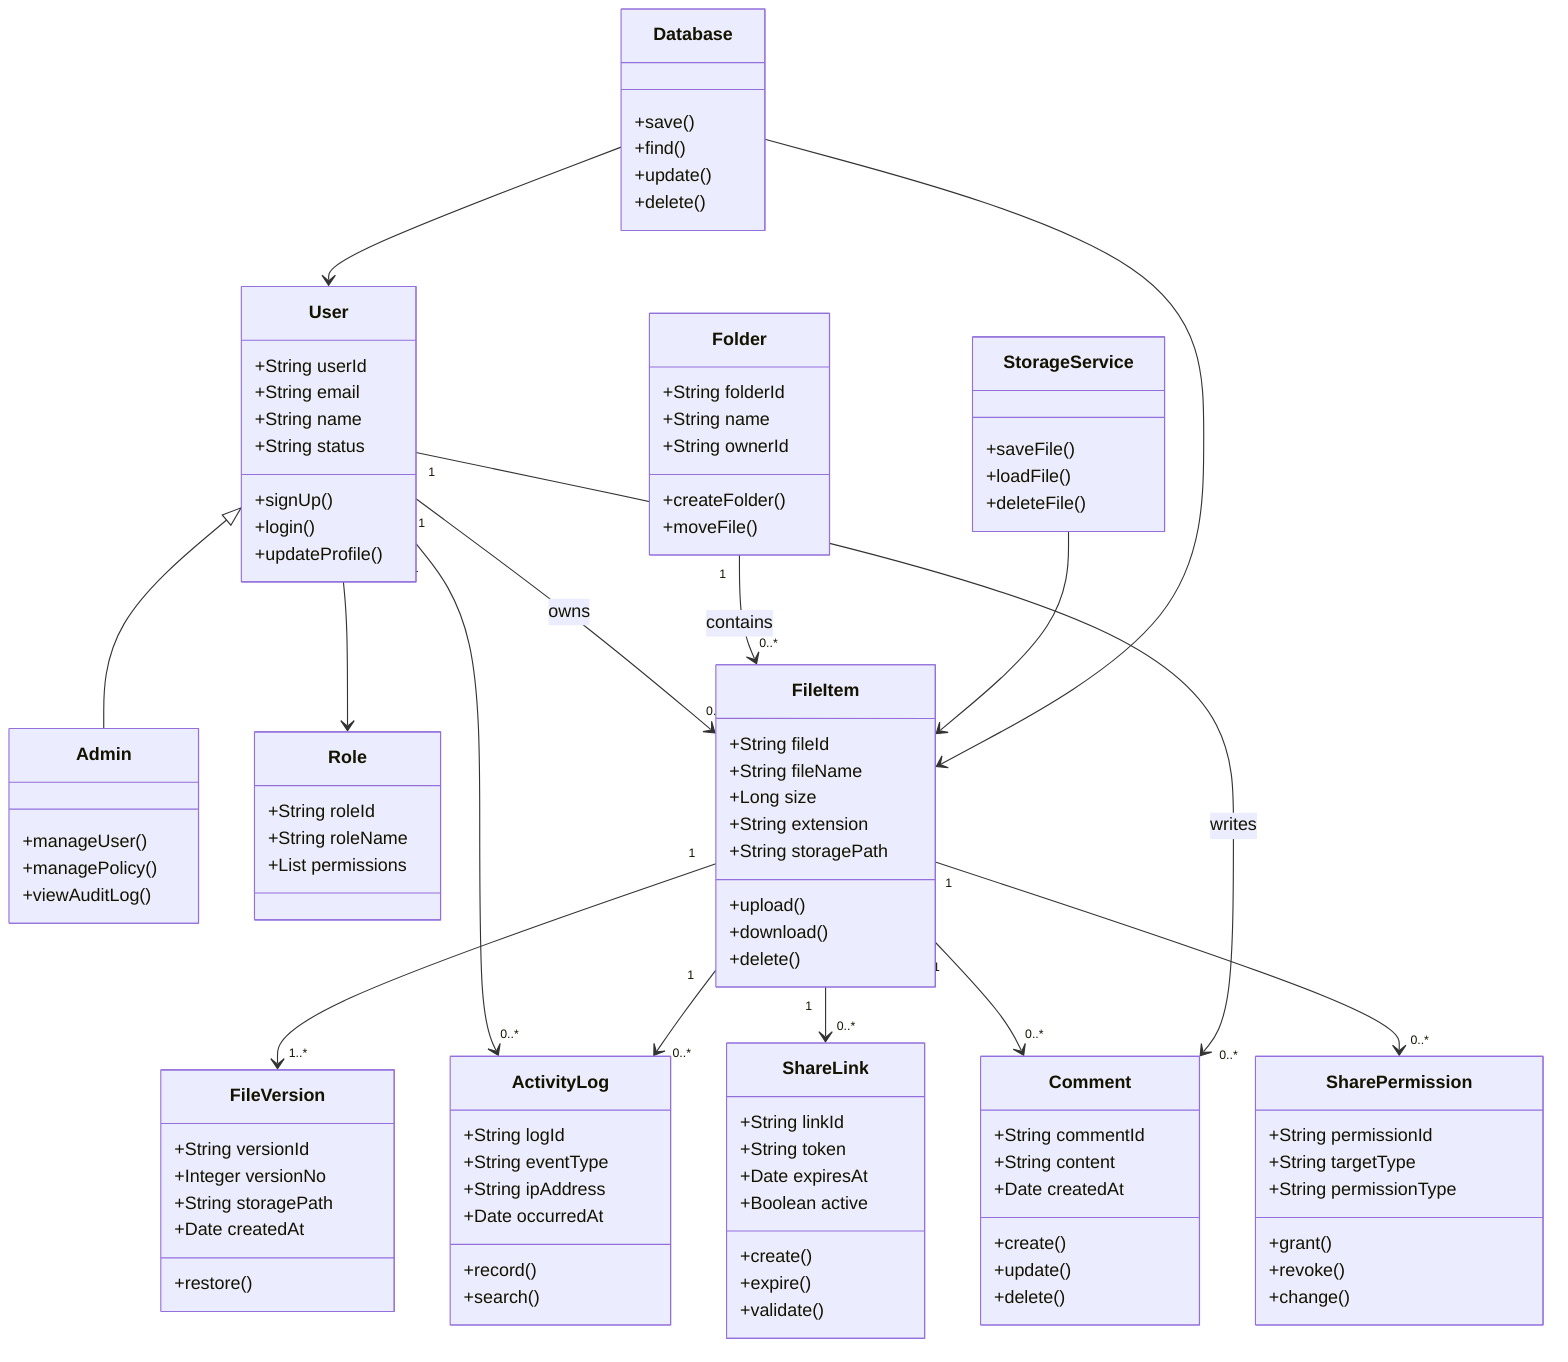
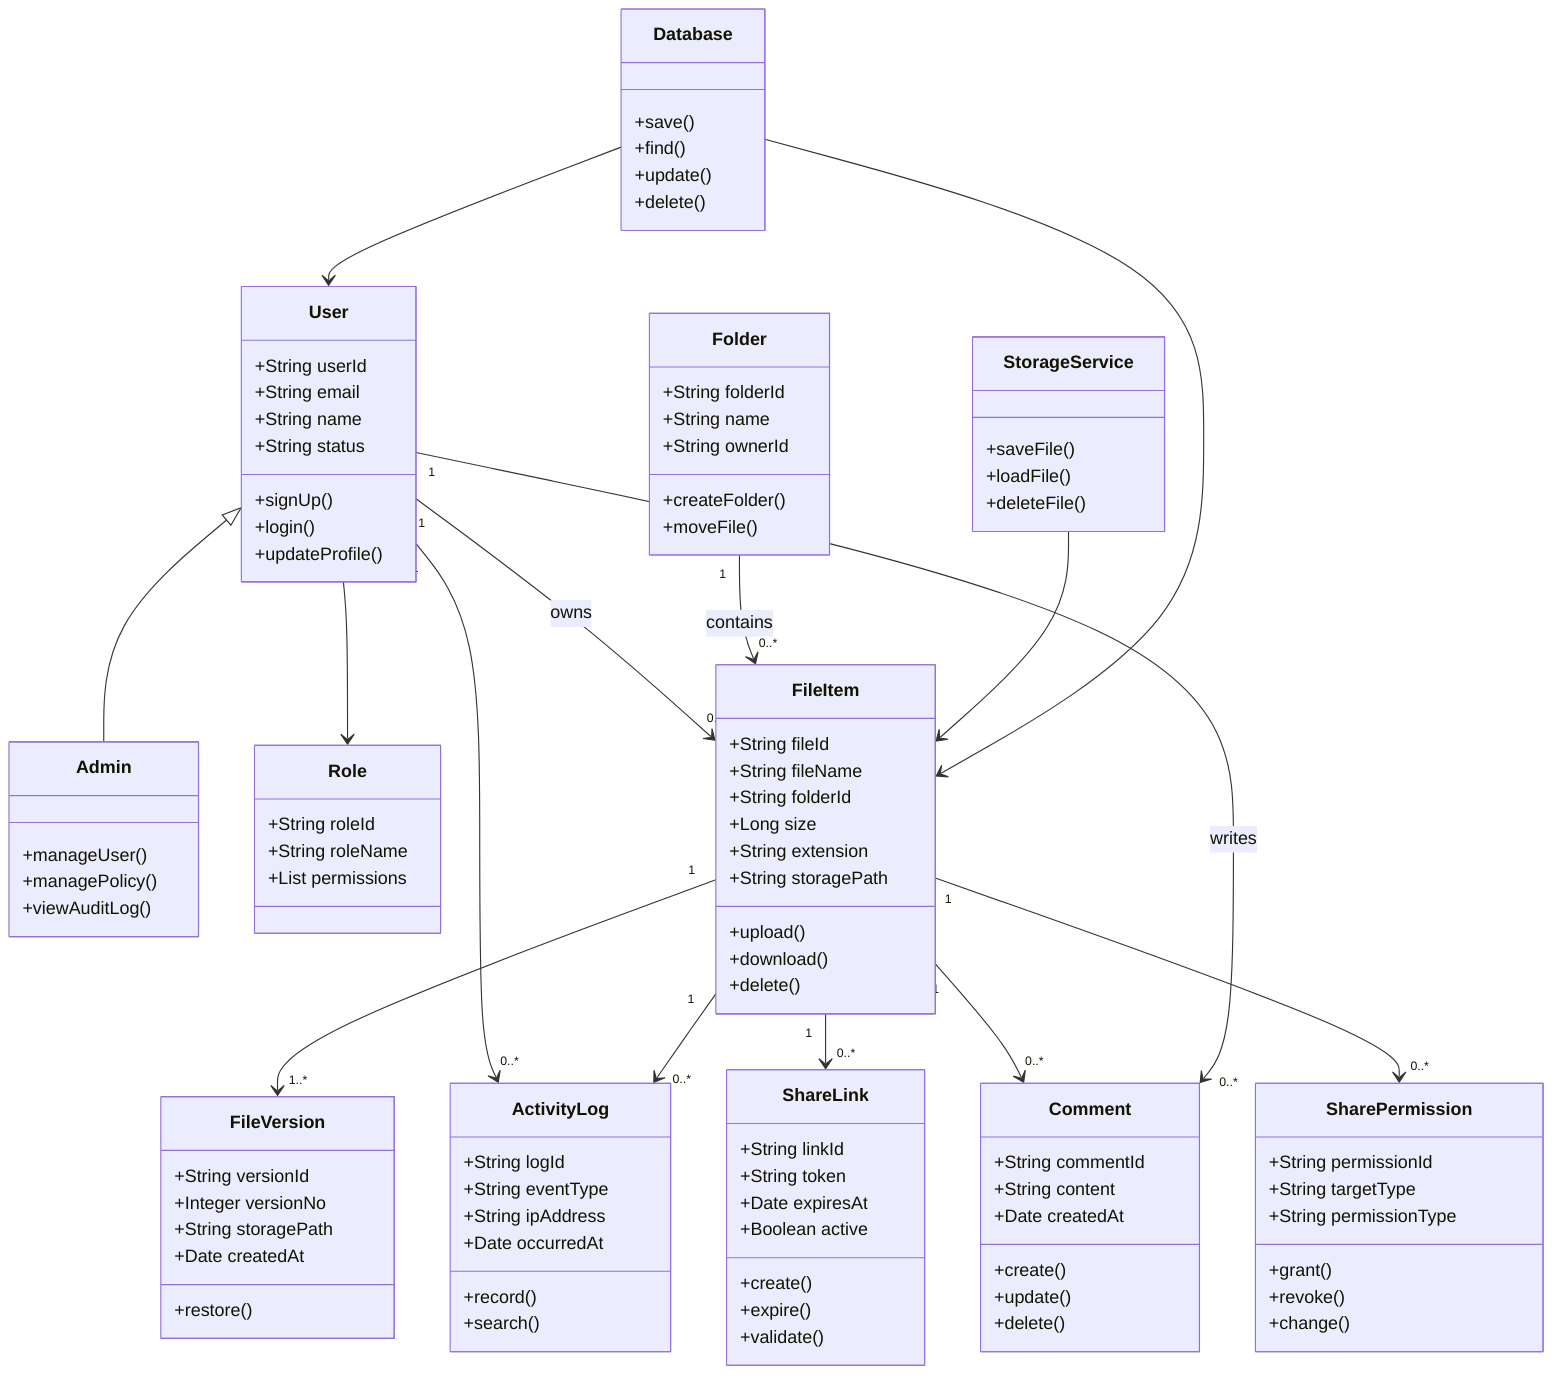
classDiagram
    class User {
        +String userId
        +String email
        +String name
        +String status
        +signUp()
        +login()
        +updateProfile()
    }

    class Admin {
        +manageUser()
        +managePolicy()
        +viewAuditLog()
    }

    class Role {
        +String roleId
        +String roleName
        +List permissions
    }

    class Folder {
        +String folderId
        +String name
        +String ownerId
        +createFolder()
        +moveFile()
    }

    class FileItem {
        +String fileId
        +String fileName
+         +String folderId
        +Long size
        +String extension
        +String storagePath
        +upload()
        +download()
        +delete()
    }

    class SharePermission {
        +String permissionId
        +String targetType
        +String permissionType
        +grant()
        +revoke()
        +change()
    }

    class ShareLink {
        +String linkId
        +String token
        +Date expiresAt
        +Boolean active
        +create()
        +expire()
        +validate()
    }

    class Comment {
        +String commentId
        +String content
        +Date createdAt
        +create()
        +update()
        +delete()
    }

    class FileVersion {
        +String versionId
        +Integer versionNo
        +String storagePath
        +Date createdAt
        +restore()
    }

    class ActivityLog {
        +String logId
        +String eventType
        +String ipAddress
        +Date occurredAt
        +record()
        +search()
    }

    class StorageService {
        +saveFile()
        +loadFile()
        +deleteFile()
    }

    class Database {
        +save()
        +find()
        +update()
        +delete()
    }

    User <|-- Admin
    User --> Role
    User "1" --> "0..*" FileItem : owns
    Folder "1" --> "0..*" FileItem : contains
    FileItem "1" --> "0..*" SharePermission
    FileItem "1" --> "0..*" ShareLink
    FileItem "1" --> "0..*" Comment
    FileItem "1" --> "1..*" FileVersion
    User "1" --> "0..*" Comment : writes
    User "1" --> "0..*" ActivityLog
    FileItem "1" --> "0..*" ActivityLog
    StorageService --> FileItem
    Database --> User
    Database --> FileItem
